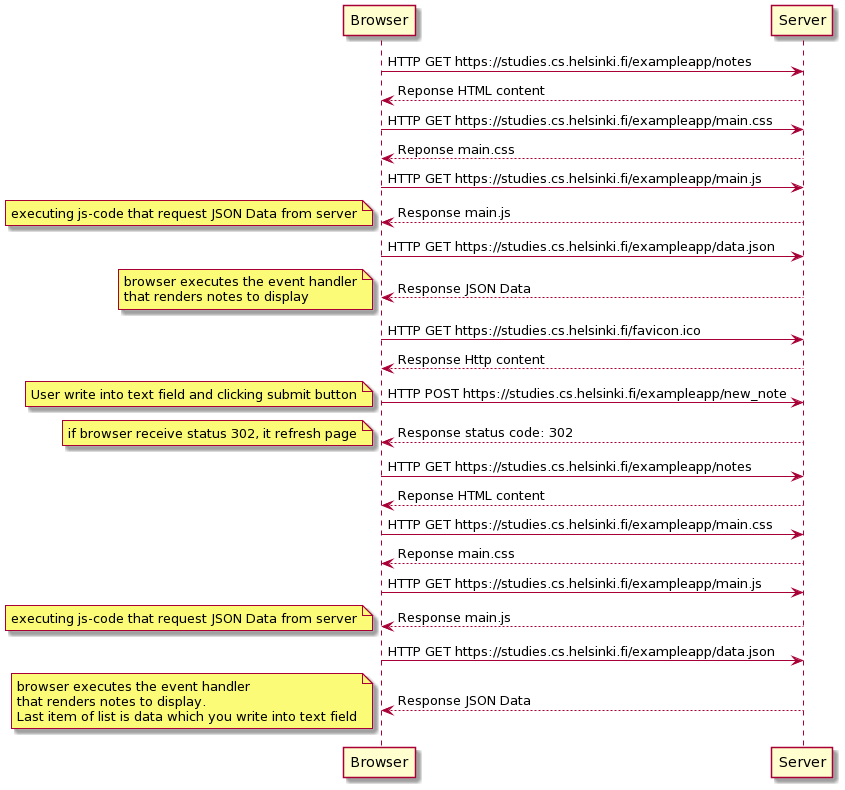
This is part0/04_new_note.png from namphho/fullstackopen, a PlantUML export, as it was before one commit.
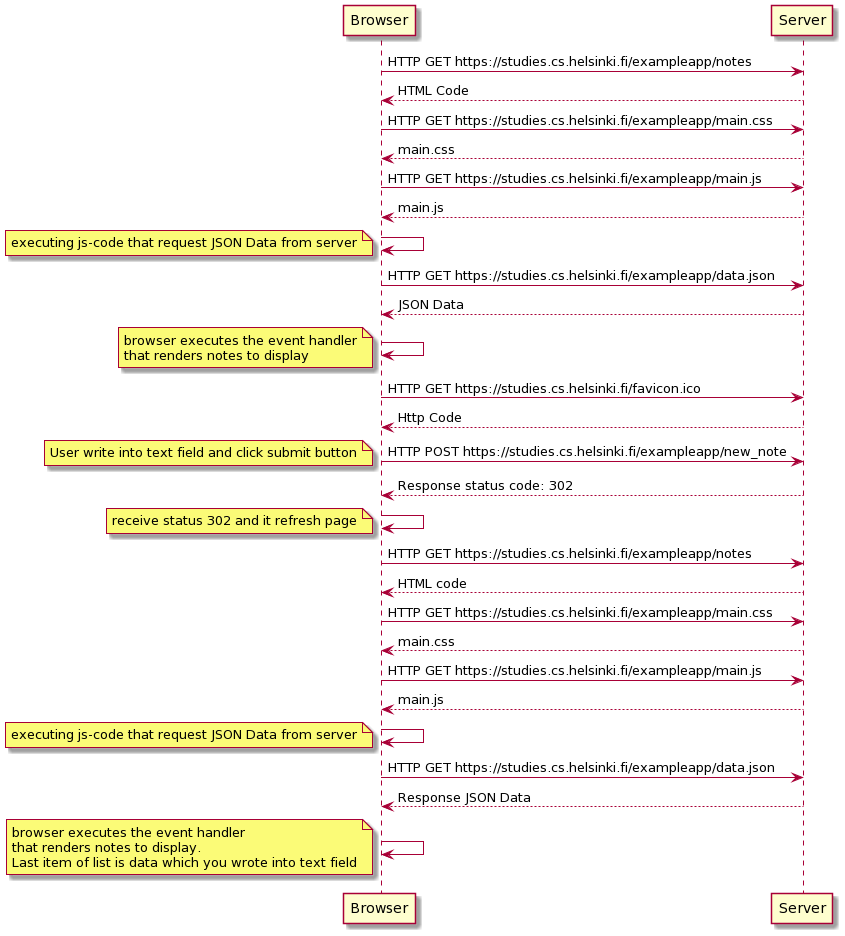
Above is the later version.

Commit message:
submit part0 exercise

The edit, as a diff of the source:
```diff
@@ -1,43 +1,48 @@
 @startuml
 Browser -> Server: HTTP GET https://studies.cs.helsinki.fi/exampleapp/notes
-Server --> Browser: Reponse HTML content
+Server --> Browser: HTML Code
 Browser -> Server: HTTP GET https://studies.cs.helsinki.fi/exampleapp/main.css
-Server --> Browser: Reponse main.css
+Server --> Browser: main.css
 Browser -> Server: HTTP GET https://studies.cs.helsinki.fi/exampleapp/main.js
-Server --> Browser: Response main.js
+Server --> Browser: main.js
+Browser -> Browser
+note left
+    executing js-code that request JSON Data from server
+end note
+Browser -> Server: HTTP GET https://studies.cs.helsinki.fi/exampleapp/data.json
+Server --> Browser: JSON Data
+Browser -> Browser:
+note left
+    browser executes the event handler
+    that renders notes to display
+end note
+Browser -> Server: HTTP GET https://studies.cs.helsinki.fi/favicon.ico
+Server --> Browser: Http Code
+Browser -> Server: HTTP POST https://studies.cs.helsinki.fi/exampleapp/new_note
+note left
+    User write into text field and click submit button
+end note
+Server --> Browser: Response status code: 302
+Browser -> Browser:
+note left
+    receive status 302 and it refresh page
+end note
+Browser -> Server: HTTP GET https://studies.cs.helsinki.fi/exampleapp/notes
+Server --> Browser: HTML code
+Browser -> Server: HTTP GET https://studies.cs.helsinki.fi/exampleapp/main.css
+Server --> Browser: main.css
+Browser -> Server: HTTP GET https://studies.cs.helsinki.fi/exampleapp/main.js
+Server --> Browser: main.js
+Browser -> Browser:
 note left
     executing js-code that request JSON Data from server
 end note
 Browser -> Server: HTTP GET https://studies.cs.helsinki.fi/exampleapp/data.json
 Server --> Browser: Response JSON Data
-note left
-    browser executes the event handler
-    that renders notes to display
-end note
-Browser -> Server: HTTP GET https://studies.cs.helsinki.fi/favicon.ico
-Server --> Browser: Response Http content
-Browser -> Server: HTTP POST https://studies.cs.helsinki.fi/exampleapp/new_note
-note left
-    User write into text field and clicking submit button
-end note
-Server --> Browser: Response status code: 302
-note left
-    if browser receive status 302, it refresh page
-end note
-Browser -> Server: HTTP GET https://studies.cs.helsinki.fi/exampleapp/notes
-Server --> Browser: Reponse HTML content
-Browser -> Server: HTTP GET https://studies.cs.helsinki.fi/exampleapp/main.css
-Server --> Browser: Reponse main.css
-Browser -> Server: HTTP GET https://studies.cs.helsinki.fi/exampleapp/main.js
-Server --> Browser: Response main.js
-note left
-    executing js-code that request JSON Data from server
-end note
-Browser -> Server: HTTP GET https://studies.cs.helsinki.fi/exampleapp/data.json
-Server --> Browser: Response JSON Data
+Browser -> Browser:
 note left
     browser executes the event handler
     that renders notes to display.
-    Last item of list is data which you write into text field
+    Last item of list is data which you wrote into text field
 end note
 @enduml
```
